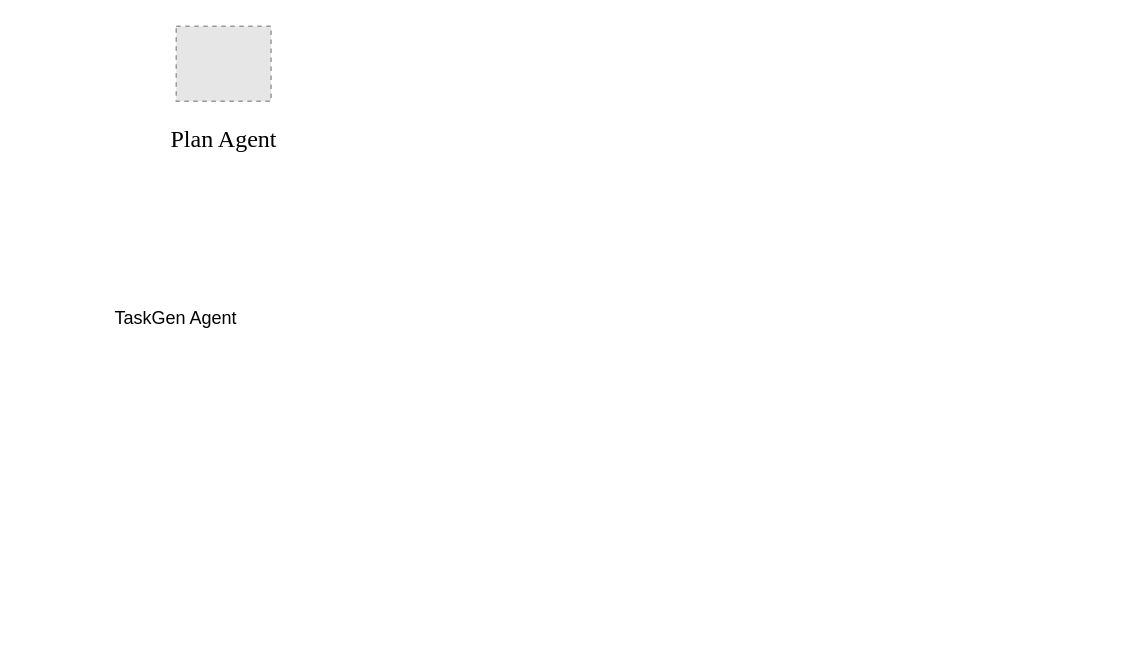
Above: TaskGen Agent.drawio in oplisty/SPETA-CVPR2026 (draw.io), before the change. Source tidied: cells renumbered, new cells numbered last; positions are measured from the earlier drawing's top-left corner, leaving out a move shared by most shapes. Both pictures are drawn from the tidied source at 150%, with x=0, y=0 at pixel (26, 26). Pictures stored in the file or linked from it are replaced by grey dashed boxes.
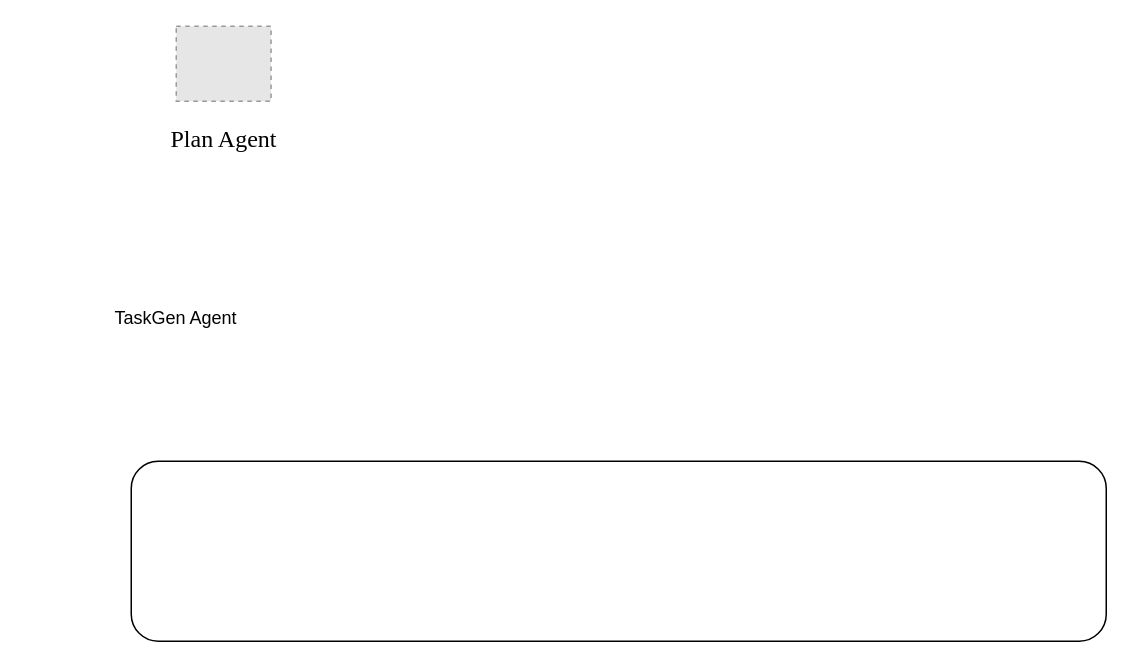
After the change.

What changed in the source:
```diff
@@
 <mxGraphModel>
   <root>
     <mxCell id="0" />
     <mxCell id="1" parent="0" />
     <mxCell id="2" value="TaskGen Agent" style="text;html=1;align=center;verticalAlign=middle;whiteSpace=wrap;rounded=0;" parent="1" vertex="1">
       <mxGeometry y="180" width="200" height="30" as="geometry" />
     </mxCell>
     <mxCell id="3" style="fillColor=#E6E6E6;strokeColor=#999999;dashed=1;verticalLabelPosition=bottom;labelBackgroundColor=default;verticalAlign=top;" parent="1" vertex="1">
       <mxGeometry x="100" width="63.2" height="50" as="geometry" />
     </mxCell>
     <mxCell id="4" value="&lt;font style=&quot;font-size: 16px;&quot; face=&quot;Times New Roman&quot;&gt;Plan Agent&lt;/font&gt;" style="text;html=1;align=center;verticalAlign=middle;whiteSpace=wrap;rounded=0;" parent="1" vertex="1">
       <mxGeometry x="86.6" y="60" width="90" height="30" as="geometry" />
     </mxCell>
+    <mxCell id="5" style="rounded=1;whiteSpace=wrap;html=1;" parent="1" vertex="1">
+      <mxGeometry x="70" y="290" width="650" height="120" as="geometry" />
+    </mxCell>
   </root>
 </mxGraphModel>
```
